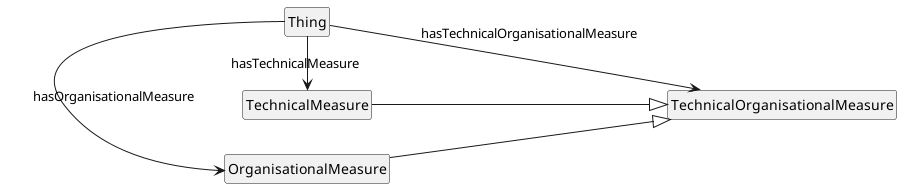
jeswr/dpv keeps this PlantUML diagram as media/overview_TechnicalOrganisationalMeasure.png. Above is the earlier version.
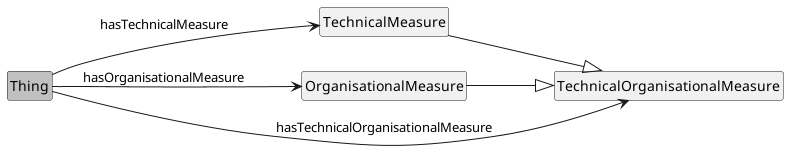
The same diagram one commit later.

What changed in the source:
```diff
@@ -2,7 +2,7 @@
 !include style.plantuml
 left to right direction
 
-class Thing
+class Thing #silver
 class TechnicalMeasure
 class OrganisationalMeasure
 class TechnicalOrganisationalMeasure
@@ -10,8 +10,8 @@
 TechnicalMeasure --|> TechnicalOrganisationalMeasure
 OrganisationalMeasure --|> TechnicalOrganisationalMeasure
 
-Thing -> TechnicalOrganisationalMeasure : hasTechnicalOrganisationalMeasure
-Thing -> OrganisationalMeasure : hasOrganisationalMeasure
-Thing -> TechnicalMeasure : hasTechnicalMeasure
+Thing --> TechnicalOrganisationalMeasure : hasTechnicalOrganisationalMeasure
+Thing --> OrganisationalMeasure : hasOrganisationalMeasure
+Thing --> TechnicalMeasure : hasTechnicalMeasure
 
 @enduml
```
